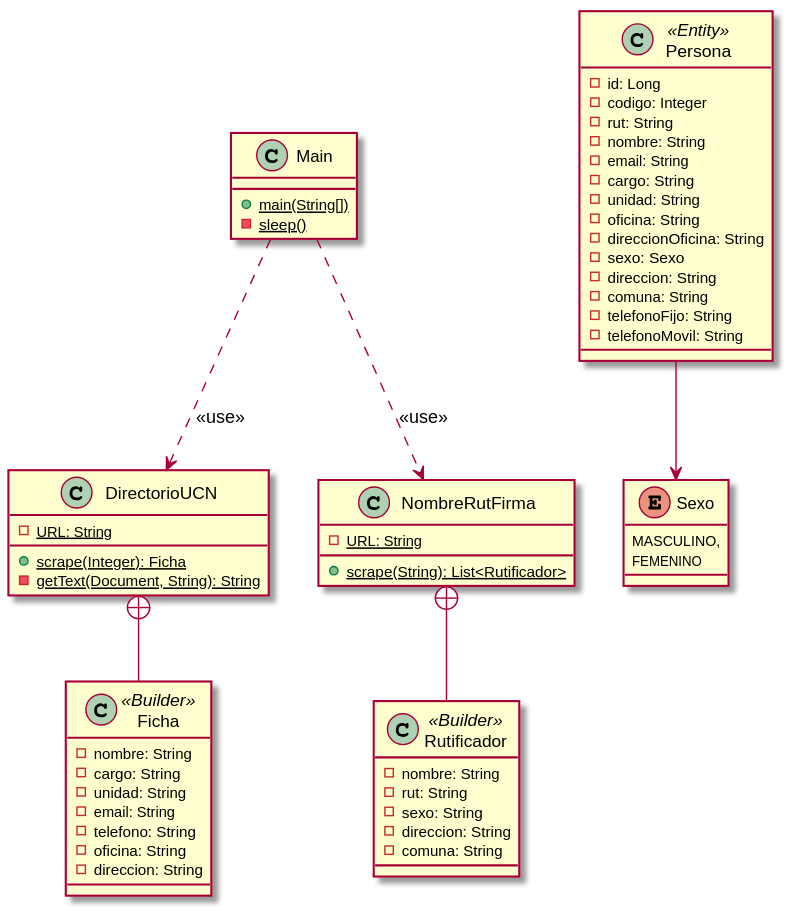
Earlier version of the PlantUML export scraper/class.svg (godiecl/parking).
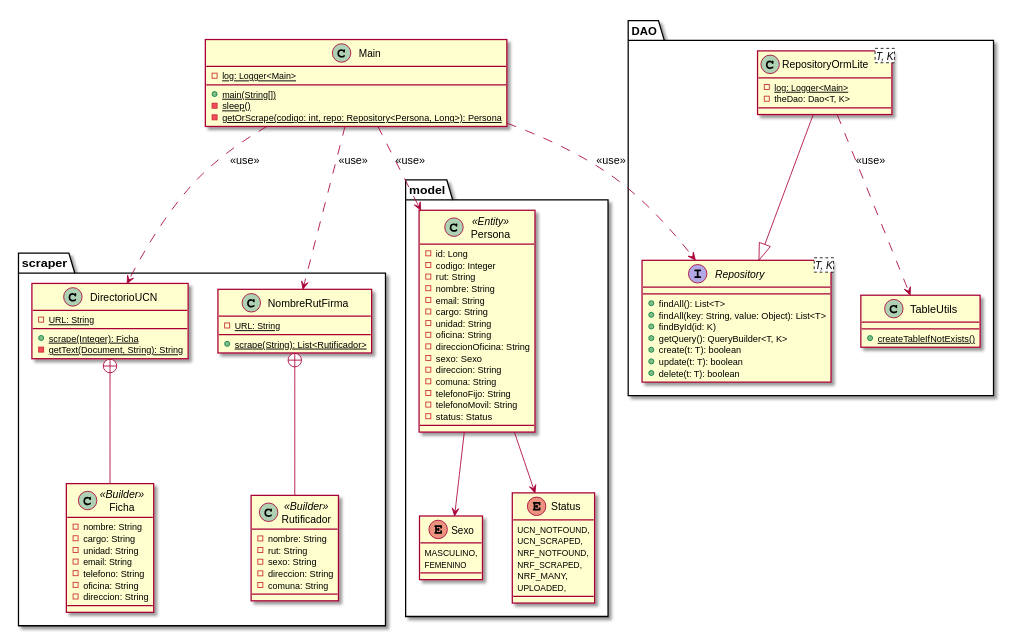
After the change.

Commit message:
docs(UML): update the class diagram.

What changed in the source:
```diff
@@ -1,67 +1,110 @@
 @startuml
 
 class Main {
+    {static} - log: Logger<Main>
     {static} + main(String[])
     {static} - sleep()
+    {static} - getOrScrape(codigo: int, repo: Repository<Persona, Long>): Persona
 }
 
-class DirectorioUCN {
-    {static} - URL: String
-    {static} + scrape(Integer): Ficha
-    {static} - getText(Document, String): String
+package scraper {
+    class DirectorioUCN {
+        {static} - URL: String
+        {static} + scrape(Integer): Ficha
+        {static} - getText(Document, String): String
+    }
+
+    class Ficha <<Builder>> {
+        - nombre: String
+        - cargo: String
+        - unidad: String
+        - email: String
+        - telefono: String
+        - oficina: String
+        - direccion: String
+    }
+
+    class NombreRutFirma {
+        {static} - URL: String
+        {static} + scrape(String): List<Rutificador>
+    }
+
+    class Rutificador <<Builder>> {
+        - nombre: String
+        - rut: String
+        - sexo: String
+        - direccion: String
+        - comuna: String
+    }
+
+    NombreRutFirma +-- Rutificador
+    DirectorioUCN +-- Ficha
 }
 
-class Ficha <<Builder>> {
-    - nombre: String
-    - cargo: String
-    - unidad: String
-    - email: String
-    - telefono: String
-    - oficina: String
-    - direccion: String
+package model {
+    class Persona <<Entity>> {
+        - id: Long
+        - codigo: Integer
+        - rut: String
+        - nombre: String
+        - email: String
+        - cargo: String
+        - unidad: String
+        - oficina: String
+        - direccionOficina: String
+        - sexo: Sexo
+        - direccion: String
+        - comuna: String
+        - telefonoFijo: String
+        - telefonoMovil: String
+        - status: Status
+    }
+
+    enum Sexo {
+        MASCULINO,
+        FEMENINO
+    }
+
+    enum Status {
+        UCN_NOTFOUND,
+        UCN_SCRAPED,
+        NRF_NOTFOUND,
+        NRF_SCRAPED,
+        NRF_MANY,
+        UPLOADED,
+    }
+
+    Persona --> Sexo
+    Persona --> Status
 }
 
-class NombreRutFirma {
-    {static} - URL: String
-    {static} + scrape(String): List<Rutificador>
-}
+package DAO {
+    interface Repository<T, K> {
+        + findAll(): List<T>
+        + findAll(key: String, value: Object): List<T>
+        + findById(id: K)
+        + getQuery(): QueryBuilder<T, K>
+        + create(t: T): boolean
+        + update(t: T): boolean
+        + delete(t: T): boolean
+    }
 
-class Rutificador <<Builder>> {
-    - nombre: String
-    - rut: String
-    - sexo: String
-    - direccion: String
-    - comuna: String
-}
+    class RepositoryOrmLite<T, K> {
+        {static} - log: Logger<Main>
+        - theDao: Dao<T, K>
+    }
 
-class Persona <<Entity>> {
-    - id: Long
-    - codigo: Integer
-    - rut: String
-    - nombre: String
-    - email: String
-    - cargo: String
-    - unidad: String
-    - oficina: String
-    - direccionOficina: String
-    - sexo: Sexo
-    - direccion: String
-    - comuna: String
-    - telefonoFijo: String
-    - telefonoMovil: String
-}
+    class TableUtils {
+        {static} + createTableIfNotExists()
+    }
 
-enum Sexo {
-    MASCULINO,
-    FEMENINO
+    RepositoryOrmLite --|> Repository
+    RepositoryOrmLite ..> TableUtils: <<use>>
 }
 
 Main ..> DirectorioUCN: <<use>>
 Main ..> NombreRutFirma: <<use>>
-
-Persona --> Sexo
-
-NombreRutFirma +-- Rutificador
-DirectorioUCN +-- Ficha
+Main ..> Persona: <<use>>
+Main ..> Repository: <<use>>
 
 @enduml
```
